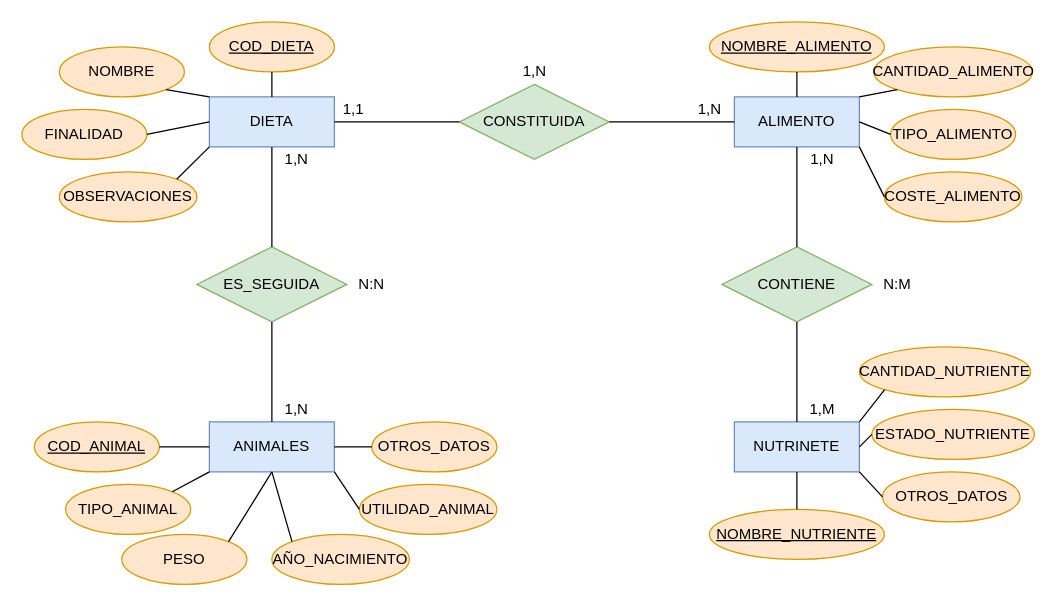
Above: Dietas_Ganaderas.drawio in Axel-Vicente/BBDD (draw.io), before the change. Source tidied: cells renumbered, new cells numbered last; positions are measured from the earlier drawing's top-left corner, leaving out a move shared by most shapes. Both pictures are drawn from the tidied source at 125%, with x=0, y=0 at pixel (21, 21).
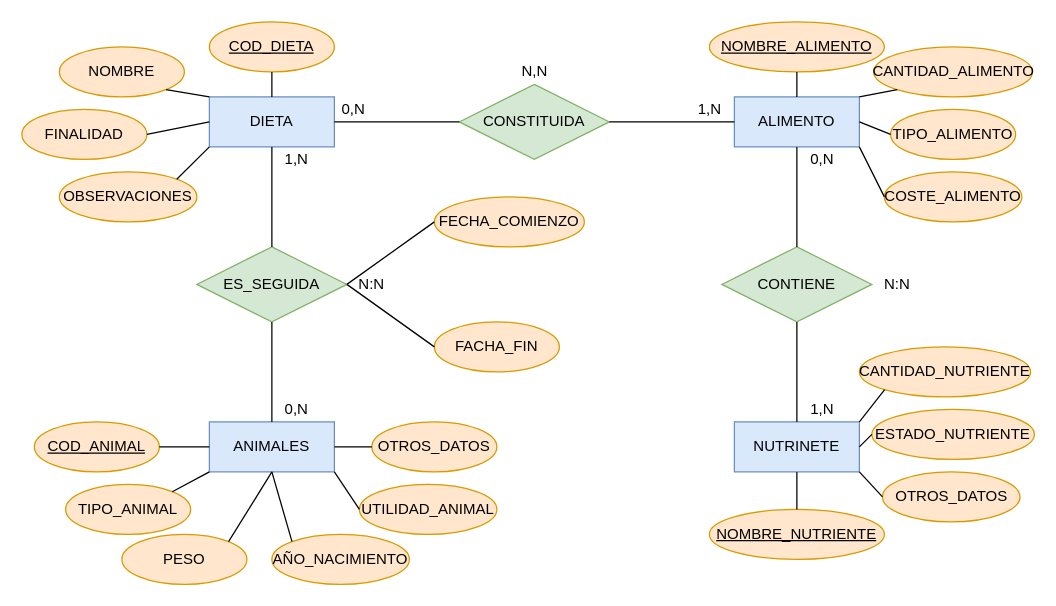
The same page after the edit.

Unchanged cells that the change refers to:
```xml
<mxCell id="4" value="ES_SEGUIDA" style="shape=rhombus;perimeter=rhombusPerimeter;whiteSpace=wrap;html=1;align=center;fillColor=#d5e8d4;strokeColor=#82b366;" parent="1" vertex="1">
  <mxGeometry x="140" y="180" width="120" height="60" as="geometry" />
</mxCell>
```

Change to the diagram source:
```diff
@@
-    <mxCell id="15" value="1,N" style="text;html=1;strokeColor=none;fillColor=none;align=center;verticalAlign=middle;whiteSpace=wrap;rounded=0;" parent="1" vertex="1">
-      <mxGeometry x="200" y="100" width="40" height="20" as="geometry" />
+    <mxCell id="15" value="0,N" style="text;html=1;strokeColor=none;fillColor=none;align=center;verticalAlign=middle;whiteSpace=wrap;rounded=0;" parent="1" vertex="1">
+      <mxGeometry x="200" y="300" width="40" height="20" as="geometry" />
     </mxCell>
@@
     <mxCell id="17" value="1,N" style="text;html=1;strokeColor=none;fillColor=none;align=center;verticalAlign=middle;whiteSpace=wrap;rounded=0;" parent="1" vertex="1">
-      <mxGeometry x="200" y="300" width="40" height="20" as="geometry" />
+      <mxGeometry x="200" y="100" width="40" height="20" as="geometry" />
     </mxCell>
@@
-    <mxCell id="28" value="1,N" style="text;html=1;align=center;verticalAlign=middle;" parent="1" vertex="1">
-      <mxGeometry x="395" y="30" width="30" height="20" as="geometry" />
+    <mxCell id="28" value="N,N" style="text;html=1;align=center;verticalAlign=middle;" parent="1" vertex="1">
+      <mxGeometry x="390" y="30" width="40" height="20" as="geometry" />
     </mxCell>
-    <mxCell id="29" value="1,1" style="text;html=1;align=center;verticalAlign=middle;" parent="1" vertex="1">
+    <mxCell id="29" value="0,N" style="text;html=1;align=center;verticalAlign=middle;" parent="1" vertex="1">
       <mxGeometry x="250" y="60" width="30" height="20" as="geometry" />
     </mxCell>
@@
-    <mxCell id="37" value="N:M" style="text;html=1;align=center;verticalAlign=middle;" parent="1" vertex="1">
+    <mxCell id="37" value="N:N" style="text;html=1;align=center;verticalAlign=middle;" parent="1" vertex="1">
       <mxGeometry x="680" y="200" width="40" height="20" as="geometry" />
     </mxCell>
-    <mxCell id="38" value="1,M" style="text;html=1;align=center;verticalAlign=middle;" parent="1" vertex="1">
-      <mxGeometry x="620" y="300" width="40" height="20" as="geometry" />
+    <mxCell id="38" value="1,N" style="text;html=1;align=center;verticalAlign=middle;" parent="1" vertex="1">
+      <mxGeometry x="625" y="300" width="30" height="20" as="geometry" />
     </mxCell>
-    <mxCell id="39" value="1,N" style="text;html=1;align=center;verticalAlign=middle;" parent="1" vertex="1">
+    <mxCell id="39" value="0,N" style="text;html=1;align=center;verticalAlign=middle;" parent="1" vertex="1">
       <mxGeometry x="625" y="100" width="30" height="20" as="geometry" />
     </mxCell>
@@
+    <mxCell id="60" value="FECHA_COMIENZO" style="ellipse;whiteSpace=wrap;html=1;align=center;fillColor=#ffe6cc;strokeColor=#d79b00;" parent="1" vertex="1">
+      <mxGeometry x="330" y="140" width="120" height="40" as="geometry" />
+    </mxCell>
+    <mxCell id="61" value="FACHA_FIN" style="ellipse;whiteSpace=wrap;html=1;align=center;fillColor=#ffe6cc;strokeColor=#d79b00;" parent="1" vertex="1">
+      <mxGeometry x="330" y="240" width="100" height="40" as="geometry" />
+    </mxCell>
+    <mxCell id="62" style="endArrow=none;html=1;entryX=0;entryY=0.5;entryDx=0;entryDy=0;exitX=1;exitY=0.5;exitDx=0;exitDy=0;" parent="1" edge="1" source="4" target="60">
+      <mxGeometry relative="1" as="geometry" />
+    </mxCell>
+    <mxCell id="63" style="endArrow=none;html=1;exitX=1;exitY=0.5;exitDx=0;exitDy=0;entryX=0;entryY=0.5;entryDx=0;entryDy=0;" parent="1" edge="1" source="4" target="61">
+      <mxGeometry relative="1" as="geometry" />
+    </mxCell>
```
